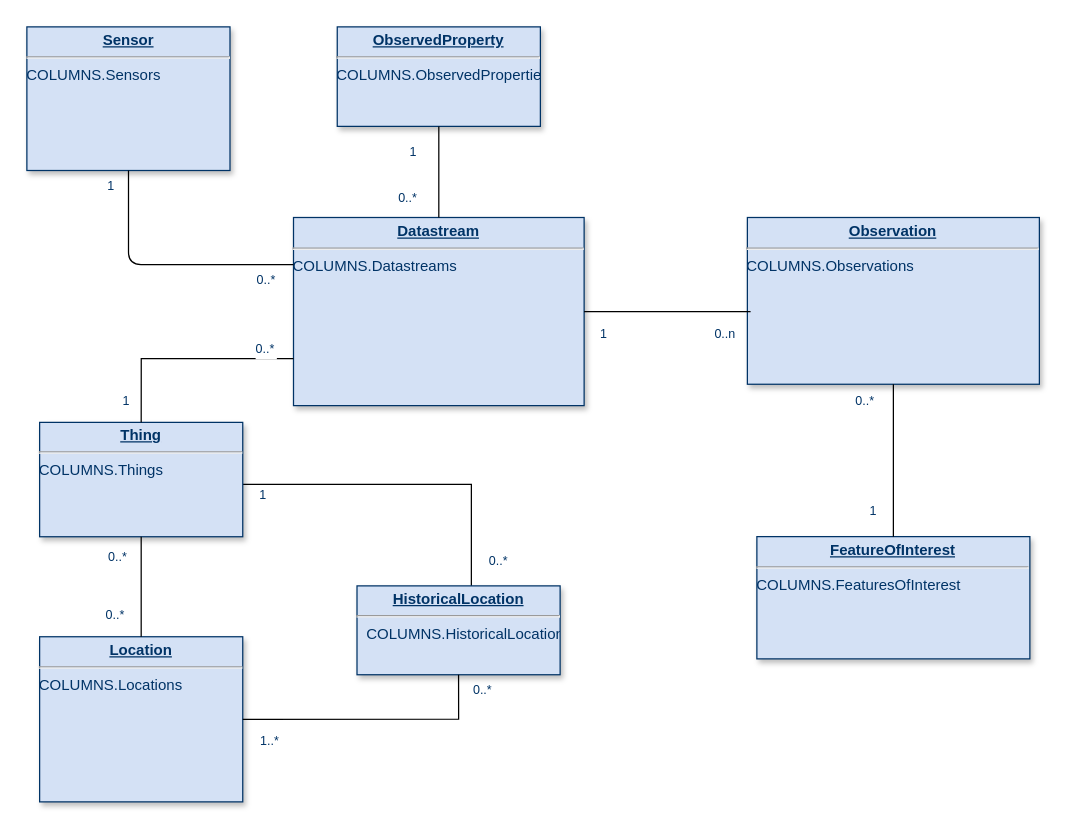
Before: src/server/models/draws/ST1_0.drawio in Mario-35/STEAN, a draw.io diagram. Source tidied: cells renumbered, new cells numbered last; positions are measured from the earlier drawing's top-left corner, leaving out a move shared by most shapes. Both pictures are drawn from the tidied source at 125%, with x=0, y=0 at pixel (26, 26).
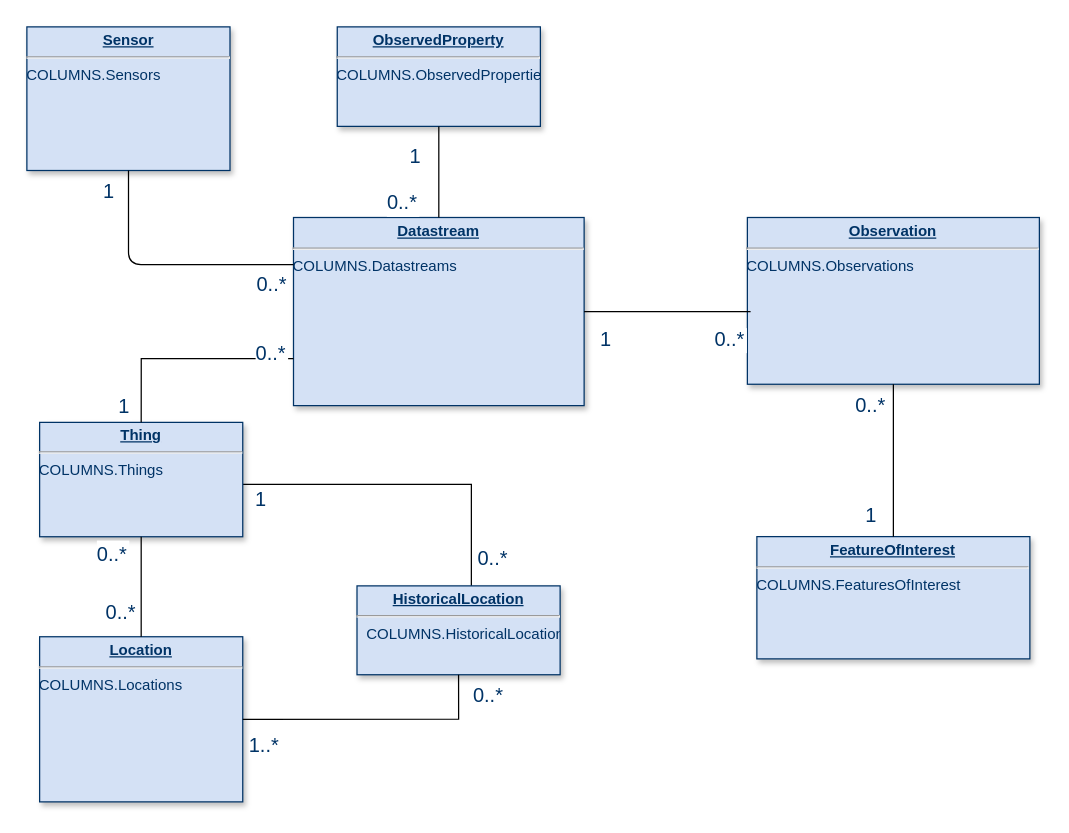
After the change.

The change refers to these unchanged cells:
```xml
<mxCell id="2" style="group;" parent="1" vertex="1">
  <mxGeometry width="810" height="620" as="geometry" />
</mxCell>
<mxCell id="12" style="endArrow=none;endSize=12;startArrow=none;startSize=14;startFill=0;edgeStyle=orthogonalEdgeStyle;endFill=0;" parent="2" edge="1" source="4" target="8">
  <mxGeometry x="395.5" y="355.7" as="geometry" />
</mxCell>
<mxCell id="15" style="endArrow=none;endSize=12;startArrow=none;startSize=14;startFill=0;edgeStyle=orthogonalEdgeStyle;entryX=1;entryY=0.5;entryDx=0;entryDy=0;endFill=0;exitX=0.5;exitY=1;exitDx=0;exitDy=0;rounded=0;curved=0;" parent="2" edge="1" source="10" target="7">
  <mxGeometry x="476.7" y="534.8" as="geometry" />
</mxCell>
<mxCell id="18" style="endArrow=none;endSize=12;startArrow=none;startSize=14;startFill=0;edgeStyle=orthogonalEdgeStyle;entryX=0;entryY=0.75;rounded=0;endFill=0;exitX=0.5;exitY=0;exitDx=0;exitDy=0;entryDx=0;entryDy=0;" parent="2" edge="1" source="11" target="8">
  <mxGeometry x="425.9" y="833.4" as="geometry" />
</mxCell>
<mxCell id="21" style="endArrow=none;endSize=12;startArrow=none;startSize=14;startFill=0;edgeStyle=orthogonalEdgeStyle;endFill=0;" parent="2" edge="1" source="6" target="3">
  <mxGeometry x="1411.1" y="132.1" as="geometry" />
</mxCell>
<mxCell id="24" style="endArrow=none;endSize=12;startArrow=none;startSize=14;startFill=0;edgeStyle=orthogonalEdgeStyle;endFill=0;exitX=0;exitY=0.25;exitDx=0;exitDy=0;" parent="2" edge="1" source="8" target="5">
  <mxGeometry x="375.1" y="365.9" as="geometry" />
</mxCell>
<mxCell id="27" style="endArrow=none;edgeStyle=orthogonalEdgeStyle;" parent="2" edge="1" source="7" target="11">
  <mxGeometry x="193" y="965.6" as="geometry" />
</mxCell>
```

Diff of the diagram source:
```diff
@@
-    <mxCell id="13" value="1" style="align=left;verticalAlign=top;labelBackgroundColor=#ffffff;fontSize=10;strokeColor=#003366;shadow=1;fillColor=#D4E1F5;fontColor=#003366;" parent="12" vertex="1">
+    <mxCell id="13" value="1" style="align=left;verticalAlign=top;labelBackgroundColor=#ffffff;fontSize=16;strokeColor=#003366;shadow=1;fillColor=#D4E1F5;fontColor=#003366;" parent="12" vertex="1">
       <mxGeometry x="-1" relative="1" as="geometry">
         <mxPoint x="-25" y="8" as="offset" />
       </mxGeometry>
     </mxCell>
-    <mxCell id="14" value="0..*&#10;" style="align=right;verticalAlign=top;labelBackgroundColor=#ffffff;fontSize=10;strokeColor=#003366;shadow=1;fillColor=#D4E1F5;fontColor=#003366;" parent="12" vertex="1">
+    <mxCell id="14" value="0..*&#10;" style="align=right;verticalAlign=top;labelBackgroundColor=#ffffff;fontSize=16;strokeColor=#003366;shadow=1;fillColor=#D4E1F5;fontColor=#003366;" parent="12" vertex="1">
       <mxGeometry x="1" relative="1" as="geometry">
         <mxPoint x="-16" y="-28" as="offset" />
       </mxGeometry>
     </mxCell>
@@
-    <mxCell id="16" value="0..*" style="align=left;verticalAlign=top;labelBackgroundColor=#ffffff;fontSize=10;strokeColor=#003366;shadow=1;fillColor=#D4E1F5;fontColor=#003366;" parent="15" vertex="1">
+    <mxCell id="16" value="0..*" style="align=left;verticalAlign=top;labelBackgroundColor=#ffffff;fontSize=16;strokeColor=#003366;shadow=1;fillColor=#D4E1F5;fontColor=#003366;" parent="15" vertex="1">
       <mxGeometry x="-1" relative="1" as="geometry">
         <mxPoint x="10" as="offset" />
       </mxGeometry>
     </mxCell>
-    <mxCell id="17" value="1..*" style="align=right;verticalAlign=top;labelBackgroundColor=#ffffff;fontSize=10;strokeColor=#003366;shadow=1;fillColor=#D4E1F5;fontColor=#003366;" parent="15" vertex="1">
+    <mxCell id="17" value="1..*" style="align=right;verticalAlign=top;labelBackgroundColor=#ffffff;fontSize=16;strokeColor=#003366;shadow=1;fillColor=#D4E1F5;fontColor=#003366;" parent="15" vertex="1">
       <mxGeometry x="1" relative="1" as="geometry">
         <mxPoint x="30" y="5" as="offset" />
       </mxGeometry>
     </mxCell>
@@
-    <mxCell id="19" value="0..*&#10;" style="align=left;verticalAlign=top;labelBackgroundColor=#ffffff;fontSize=10;strokeColor=#003366;shadow=1;fillColor=#D4E1F5;fontColor=#003366;" parent="18" vertex="1">
+    <mxCell id="19" value="0..*&#10;" style="align=left;verticalAlign=top;labelBackgroundColor=#ffffff;fontSize=16;strokeColor=#003366;shadow=1;fillColor=#D4E1F5;fontColor=#003366;" parent="18" vertex="1">
       <mxGeometry x="-1" relative="1" as="geometry">
         <mxPoint x="90" y="-71" as="offset" />
       </mxGeometry>
     </mxCell>
-    <mxCell id="20" value="1" style="align=right;verticalAlign=top;labelBackgroundColor=#ffffff;fontSize=10;strokeColor=#003366;shadow=1;fillColor=#D4E1F5;fontColor=#003366;" parent="18" vertex="1">
+    <mxCell id="20" value="1" style="align=right;verticalAlign=top;labelBackgroundColor=#ffffff;fontSize=16;strokeColor=#003366;shadow=1;fillColor=#D4E1F5;fontColor=#003366;" parent="18" vertex="1">
       <mxGeometry x="1" relative="1" as="geometry">
         <mxPoint x="-130" y="22" as="offset" />
       </mxGeometry>
     </mxCell>
@@
-    <mxCell id="22" value="0..*" style="align=left;verticalAlign=top;labelBackgroundColor=#ffffff;fontSize=10;strokeColor=#003366;shadow=1;fillColor=#D4E1F5;fontColor=#003366;" parent="21" vertex="1">
+    <mxCell id="22" value="0..*" style="align=left;verticalAlign=top;labelBackgroundColor=#ffffff;fontSize=16;strokeColor=#003366;shadow=1;fillColor=#D4E1F5;fontColor=#003366;" parent="21" vertex="1">
       <mxGeometry x="-1" relative="1" as="geometry">
         <mxPoint x="-32" y="-121" as="offset" />
       </mxGeometry>
     </mxCell>
-    <mxCell id="23" value="1" style="align=right;verticalAlign=top;labelBackgroundColor=#ffffff;fontSize=10;strokeColor=#003366;shadow=1;fillColor=#D4E1F5;fontColor=#003366;" parent="21" vertex="1">
+    <mxCell id="23" value="1" style="align=right;verticalAlign=top;labelBackgroundColor=#ffffff;fontSize=16;strokeColor=#003366;shadow=1;fillColor=#D4E1F5;fontColor=#003366;" parent="21" vertex="1">
       <mxGeometry x="1" relative="1" as="geometry">
         <mxPoint x="-12" y="89" as="offset" />
       </mxGeometry>
     </mxCell>
@@
-    <mxCell id="25" value="0..*&#10;" style="align=left;verticalAlign=top;labelBackgroundColor=#ffffff;fontSize=10;strokeColor=#003366;shadow=1;fillColor=#D4E1F5;fontColor=#003366;" parent="24" vertex="1">
+    <mxCell id="25" value="0..*&#10;" style="align=left;verticalAlign=top;labelBackgroundColor=#ffffff;fontSize=16;strokeColor=#003366;shadow=1;fillColor=#D4E1F5;fontColor=#003366;" parent="24" vertex="1">
       <mxGeometry x="-1" relative="1" as="geometry">
         <mxPoint x="-31.1" as="offset" />
       </mxGeometry>
     </mxCell>
-    <mxCell id="26" value="1" style="align=right;verticalAlign=top;labelBackgroundColor=#ffffff;fontSize=10;strokeColor=#003366;shadow=1;fillColor=#D4E1F5;fontColor=#003366;" parent="24" vertex="1">
+    <mxCell id="26" value="1" style="align=right;verticalAlign=top;labelBackgroundColor=#ffffff;fontSize=16;strokeColor=#003366;shadow=1;fillColor=#D4E1F5;fontColor=#003366;" parent="24" vertex="1">
       <mxGeometry x="1" relative="1" as="geometry">
         <mxPoint x="-10" as="offset" />
       </mxGeometry>
     </mxCell>
@@
-    <mxCell id="28" value="0..*" style="align=left;verticalAlign=bottom;labelBackgroundColor=#ffffff;fontSize=10;strokeColor=#003366;shadow=1;fillColor=#D4E1F5;fontColor=#003366;" parent="27" vertex="1">
+    <mxCell id="28" value="0..*" style="align=left;verticalAlign=bottom;labelBackgroundColor=#ffffff;fontSize=16;strokeColor=#003366;shadow=1;fillColor=#D4E1F5;fontColor=#003366;" parent="27" vertex="1">
       <mxGeometry x="-1" relative="1" as="geometry">
         <mxPoint x="-30" y="-10" as="offset" />
       </mxGeometry>
     </mxCell>
-    <mxCell id="29" value="0..*" style="align=right;verticalAlign=bottom;labelBackgroundColor=#ffffff;fontSize=10;strokeColor=#003366;shadow=1;fillColor=#D4E1F5;fontColor=#003366;" parent="27" vertex="1">
+    <mxCell id="29" value="0..*" style="align=right;verticalAlign=bottom;labelBackgroundColor=#ffffff;fontSize=16;strokeColor=#003366;shadow=1;fillColor=#D4E1F5;fontColor=#003366;" parent="27" vertex="1">
       <mxGeometry x="1" relative="1" as="geometry">
         <mxPoint x="-10" y="23.8" as="offset" />
       </mxGeometry>
     </mxCell>
-    <mxCell id="30" value="1" style="align=right;verticalAlign=top;labelBackgroundColor=#ffffff;fontSize=10;strokeColor=#003366;shadow=1;fillColor=#D4E1F5;fontColor=#003366;" parent="2" vertex="1">
+    <mxCell id="30" value="1" style="align=right;verticalAlign=top;labelBackgroundColor=#ffffff;fontSize=16;strokeColor=#003366;shadow=1;fillColor=#D4E1F5;fontColor=#003366;" parent="2" vertex="1">
       <mxGeometry x="193" y="362.1" as="geometry" />
     </mxCell>
-    <mxCell id="31" value="0..*" style="align=right;verticalAlign=bottom;labelBackgroundColor=#ffffff;fontSize=10;strokeColor=#003366;shadow=1;fillColor=#D4E1F5;fontColor=#003366;" parent="2" vertex="1">
+    <mxCell id="31" value="0..*" style="align=right;verticalAlign=bottom;labelBackgroundColor=#ffffff;fontSize=16;strokeColor=#003366;shadow=1;fillColor=#D4E1F5;fontColor=#003366;" parent="2" vertex="1">
       <mxGeometry x="386" y="435.1" as="geometry" />
     </mxCell>
@@
-    <mxCell id="33" value="0..n" style="align=left;verticalAlign=top;labelBackgroundColor=#ffffff;fontSize=10;strokeColor=#003366;shadow=1;fillColor=#D4E1F5;fontColor=#003366;" parent="2" vertex="1">
+    <mxCell id="33" value="0..*" style="align=left;verticalAlign=top;labelBackgroundColor=#ffffff;fontSize=16;strokeColor=#003366;shadow=1;fillColor=#D4E1F5;fontColor=#003366;" parent="2" vertex="1">
       <mxGeometry x="548.5" y="233.8" as="geometry" />
     </mxCell>
-    <mxCell id="34" value="1" style="align=left;verticalAlign=top;labelBackgroundColor=#ffffff;fontSize=10;strokeColor=#003366;shadow=1;fillColor=#D4E1F5;fontColor=#003366;" parent="2" vertex="1">
+    <mxCell id="34" value="1" style="align=left;verticalAlign=top;labelBackgroundColor=#ffffff;fontSize=16;strokeColor=#003366;shadow=1;fillColor=#D4E1F5;fontColor=#003366;" parent="2" vertex="1">
       <mxGeometry x="457.1" y="233.8" as="geometry" />
     </mxCell>
```
